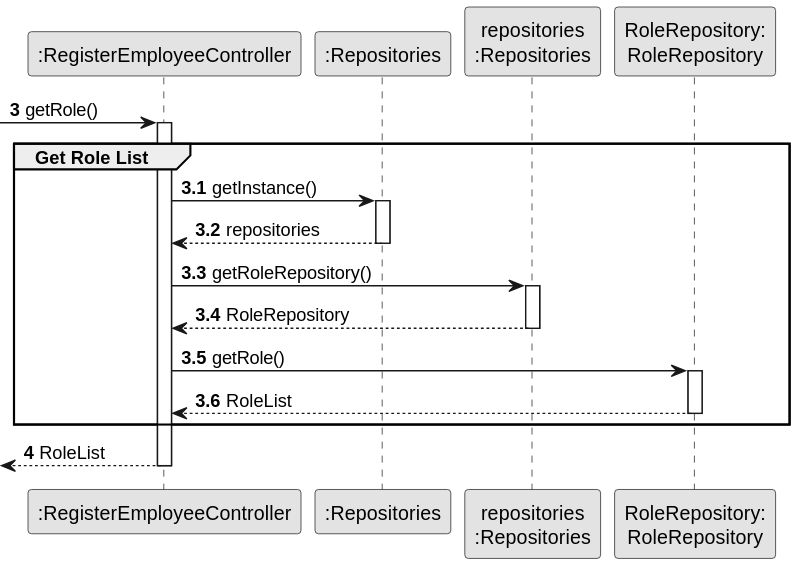
Before: docs/sprintB/us003/03.design/svg/us003-sequence-diagram-partial-get-role-list.svg, a diagram exported from PlantUML (rita-barbosa/LAPR2-2223).
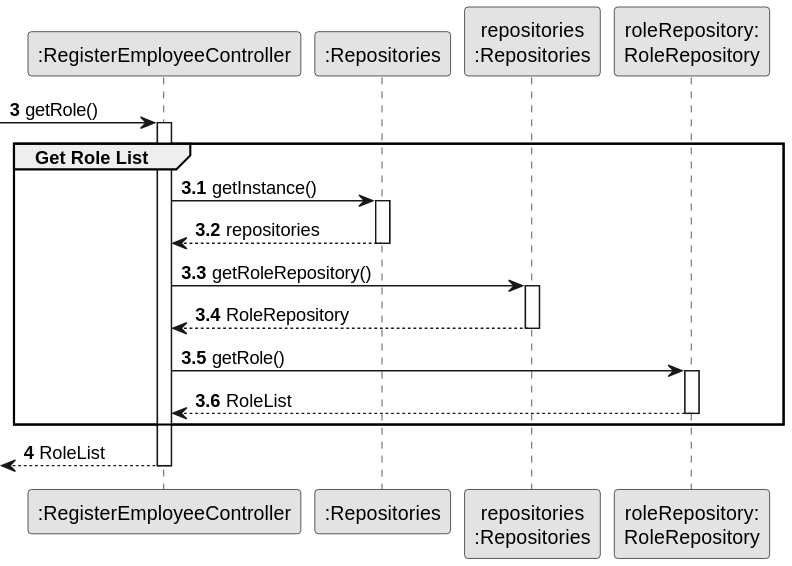
The same file after the commit.

Change to the diagram source:
```diff
@@ -9,7 +9,7 @@
 participant ":RegisterEmployeeController" as CTRL
 participant ":Repositories" as RepositorySingleton
 participant "repositories\n:Repositories" as PLAT
-participant "RoleRepository:\nRoleRepository" as RoleRepository
+participant "roleRepository:\nRoleRepository" as RoleRepository
 
 autonumber 3
 
```
